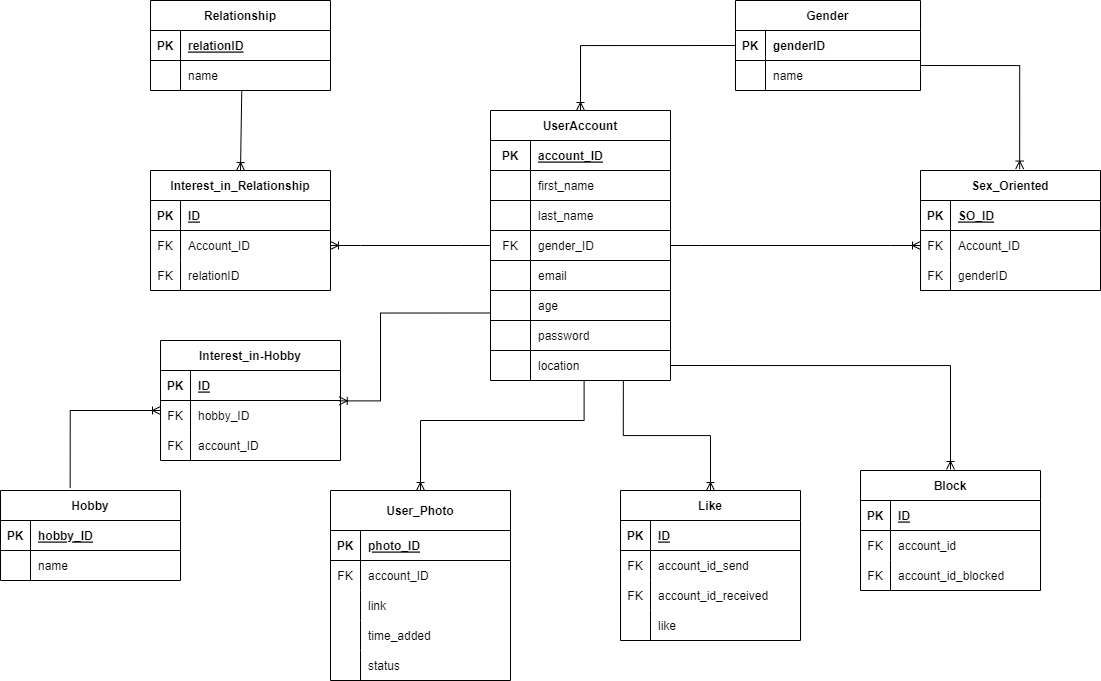
The draw.io diagram images/database.png in baotam546/LoveLane, before a commit. Source tidied: cells renumbered, new cells last; positions are measured from the earlier drawing's top-left corner, leaving out a move shared by most shapes.
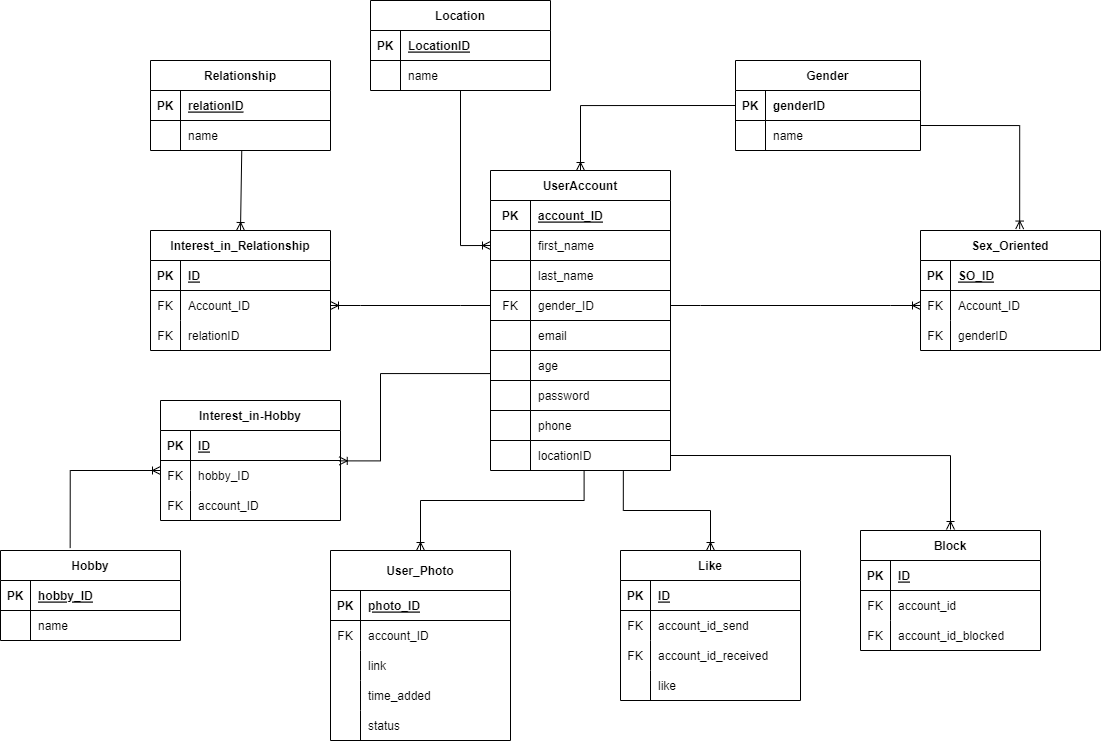
Later version of the same file.

Diff of the diagram source:
```diff
@@ -3,7 +3,7 @@
     <mxCell id="0" />
     <mxCell id="1" parent="0" />
     <mxCell id="2" value="UserAccount" style="shape=table;startSize=30;rowLines=1;fontStyle=1;align=center;shadow=0;resizeLastRow=0;swimlaneHead=1;swimlaneBody=1;horizontal=1;top=1;bottom=1;left=1;noLabel=0;portConstraintRotation=0;" parent="1" vertex="1">
-      <mxGeometry x="490" y="110" width="180" height="270" as="geometry" />
+      <mxGeometry x="490" y="110" width="180" height="300" as="geometry" />
     </mxCell>
     <mxCell id="3" style="shape=tableRow;horizontal=0;startSize=0;swimlaneHead=0;swimlaneBody=0;fillColor=none;top=0;left=0;right=0;bottom=1;" parent="2" vertex="1">
       <mxGeometry y="30" width="180" height="30" as="geometry" />
@@ -68,13 +68,22 @@
     <mxCell id="23" value="password" style="shape=partialRectangle;fillColor=none;top=0;left=0;bottom=0;right=0;align=left;spacingLeft=6;overflow=hidden;" parent="21" vertex="1">
       <mxGeometry x="40" width="140" height="30" as="geometry" />
     </mxCell>
+    <mxCell id="127" style="shape=tableRow;horizontal=0;startSize=0;swimlaneHead=0;swimlaneBody=0;fillColor=none;top=0;left=0;right=0;bottom=0;" parent="2" vertex="1">
+      <mxGeometry y="240" width="180" height="30" as="geometry" />
+    </mxCell>
+    <mxCell id="128" style="shape=partialRectangle;fillColor=none;top=0;left=0;bottom=0;right=0;overflow=hidden;" parent="127" vertex="1">
+      <mxGeometry width="40" height="30" as="geometry" />
+    </mxCell>
+    <mxCell id="129" value="phone" style="shape=partialRectangle;fillColor=none;top=0;left=0;bottom=0;right=0;align=left;spacingLeft=6;overflow=hidden;" parent="127" vertex="1">
+      <mxGeometry x="40" width="140" height="30" as="geometry" />
+    </mxCell>
     <mxCell id="24" style="shape=tableRow;horizontal=0;startSize=0;swimlaneHead=0;swimlaneBody=0;fillColor=none;points=[[0,0.5],[1,0.5]];portConstraint=eastwest;top=0;left=0;right=0;bottom=0;" parent="2" vertex="1">
-      <mxGeometry y="240" width="180" height="30" as="geometry" />
+      <mxGeometry y="270" width="180" height="30" as="geometry" />
     </mxCell>
     <mxCell id="25" style="shape=partialRectangle;fillColor=none;top=0;left=0;bottom=0;right=0;overflow=hidden;" parent="24" vertex="1">
       <mxGeometry width="40" height="30" as="geometry" />
     </mxCell>
-    <mxCell id="26" value="location" style="shape=partialRectangle;fillColor=none;top=0;left=0;bottom=0;right=0;align=left;spacingLeft=6;overflow=hidden;" parent="24" vertex="1">
+    <mxCell id="26" value="locationID" style="shape=partialRectangle;fillColor=none;top=0;left=0;bottom=0;right=0;align=left;spacingLeft=6;overflow=hidden;" parent="24" vertex="1">
       <mxGeometry x="40" width="140" height="30" as="geometry" />
     </mxCell>
     <mxCell id="27" value="Sex_Oriented" style="shape=table;startSize=30;rowLines=0;fontStyle=1;align=center;" parent="1" vertex="1">
@@ -250,8 +259,8 @@
     <mxCell id="82" style="fontSize=12;html=1;endArrow=ERoneToMany;rounded=0;jumpStyle=none;edgeStyle=orthogonalEdgeStyle;exitX=0.52;exitY=1.02;exitDx=0;exitDy=0;exitPerimeter=0;" parent="1" edge="1" source="24" target="45">
       <mxGeometry relative="1" as="geometry">
         <Array as="points">
-          <mxPoint x="584" y="420" />
-          <mxPoint x="420" y="420" />
+          <mxPoint x="584" y="440" />
+          <mxPoint x="420" y="440" />
         </Array>
       </mxGeometry>
     </mxCell>
@@ -399,5 +408,31 @@
         </Array>
       </mxGeometry>
     </mxCell>
+    <mxCell id="130" value="Location" style="shape=table;startSize=30;rowLines=0;fontStyle=1;align=center;" parent="1" vertex="1">
+      <mxGeometry x="370" y="-60" width="180" height="90" as="geometry" />
+    </mxCell>
+    <mxCell id="131" style="shape=tableRow;horizontal=0;startSize=0;swimlaneHead=0;swimlaneBody=0;fillColor=none;top=0;left=0;right=0;bottom=1;" parent="130" vertex="1">
+      <mxGeometry y="30" width="180" height="30" as="geometry" />
+    </mxCell>
+    <mxCell id="132" value="PK" style="shape=partialRectangle;fillColor=none;top=0;left=0;bottom=0;right=0;fontStyle=1;overflow=hidden;" parent="131" vertex="1">
+      <mxGeometry width="30" height="30" as="geometry" />
+    </mxCell>
+    <mxCell id="133" value="LocationID" style="shape=partialRectangle;fillColor=none;top=0;left=0;bottom=0;right=0;align=left;spacingLeft=6;fontStyle=5;overflow=hidden;" parent="131" vertex="1">
+      <mxGeometry x="30" width="150" height="30" as="geometry" />
+    </mxCell>
+    <mxCell id="134" style="shape=tableRow;horizontal=0;startSize=0;swimlaneHead=0;swimlaneBody=0;fillColor=none;top=0;left=0;right=0;bottom=0;" parent="130" vertex="1">
+      <mxGeometry y="60" width="180" height="30" as="geometry" />
+    </mxCell>
+    <mxCell id="135" style="shape=partialRectangle;fillColor=none;top=0;left=0;bottom=0;right=0;overflow=hidden;" parent="134" vertex="1">
+      <mxGeometry width="30" height="30" as="geometry" />
+    </mxCell>
+    <mxCell id="136" value="name" style="shape=partialRectangle;fillColor=none;top=0;left=0;bottom=0;right=0;align=left;spacingLeft=6;overflow=hidden;" parent="134" vertex="1">
+      <mxGeometry x="30" width="150" height="30" as="geometry" />
+    </mxCell>
+    <mxCell id="137" style="edgeStyle=orthogonalEdgeStyle;fontSize=12;html=1;endArrow=ERoneToMany;rounded=0;entryX=0;entryY=0.5;entryDx=0;entryDy=0;" parent="1" edge="1" target="6">
+      <mxGeometry relative="1" as="geometry">
+        <mxPoint x="460" y="30" as="sourcePoint" />
+      </mxGeometry>
+    </mxCell>
   </root>
 </mxGraphModel>
```
